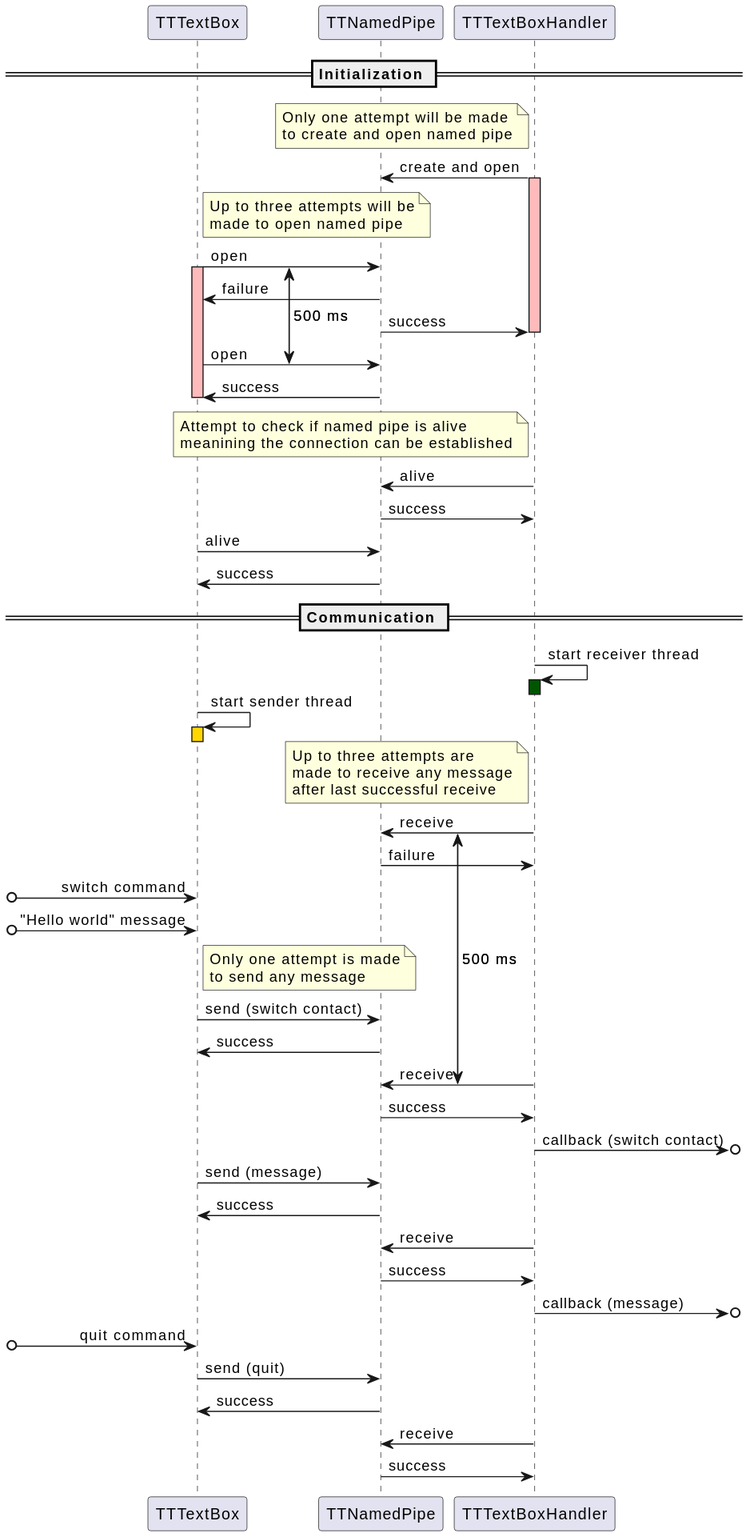
Before: textbox/doc/TTTextBoxCommunication.svg, a diagram exported from PlantUML (devmichalek/TerminalTeams). The source it was exported from:
```plantuml
@startuml
!pragma teoz true

participant "TTTextBox" as TTTextBox
participant "TTNamedPipe" as TTNamedPipe
participant "TTTextBoxHandler" as TTTextBoxHandler

== Initialization ==
note left of TTTextBoxHandler
Only one attempt will be made
to create and open named pipe
end note
TTTextBoxHandler -> TTNamedPipe : create and open
activate TTTextBoxHandler #FFBBBB
note right of TTTextBox
Up to three attempts will be
made to open named pipe
end note
{first_open} TTTextBox -> TTNamedPipe : open
activate TTTextBox #FFBBBB
TTNamedPipe -> TTTextBox : failure
TTNamedPipe -> TTTextBoxHandler : success
deactivate TTTextBoxHandler
{second_open} TTTextBox -> TTNamedPipe : open
{first_open} <-> {second_open} : 500 ms
TTNamedPipe -> TTTextBox : success
deactivate TTTextBox
note left of TTTextBoxHandler
Attempt to check if named pipe is alive
meanining the connection can be established
end note
TTTextBoxHandler -> TTNamedPipe : alive
TTNamedPipe -> TTTextBoxHandler : success
TTTextBox -> TTNamedPipe : alive
TTNamedPipe -> TTTextBox : success

== Communication ==
TTTextBoxHandler -> TTTextBoxHandler : start receiver thread
activate TTTextBoxHandler #005500
deactivate TTTextBoxHandler
TTTextBox -> TTTextBox : start sender thread
activate TTTextBox #gold
deactivate TTTextBox
note left of TTTextBoxHandler
Up to three attempts are
made to receive any message
after last successful receive
end note
{first_receive} TTTextBoxHandler -> TTNamedPipe : receive
TTNamedPipe -> TTTextBoxHandler : failure
[o-> TTTextBox : switch command
[o-> TTTextBox : "Hello world" message
note right of TTTextBox
Only one attempt is made
to send any message
end note
TTTextBox -> TTNamedPipe : send (switch contact)
TTNamedPipe -> TTTextBox : success
{second_receive} TTTextBoxHandler -> TTNamedPipe : receive
{first_receive} <-> {second_receive} : 500 ms
TTNamedPipe -> TTTextBoxHandler : success
TTTextBoxHandler ->o] : callback (switch contact)
TTTextBox -> TTNamedPipe : send (message)
TTNamedPipe -> TTTextBox : success
TTTextBoxHandler -> TTNamedPipe : receive
TTNamedPipe -> TTTextBoxHandler : success
TTTextBoxHandler ->o] : callback (message)
[o-> TTTextBox : quit command
TTTextBox -> TTNamedPipe : send (quit)
TTNamedPipe -> TTTextBox : success
TTTextBoxHandler -> TTNamedPipe : receive
TTNamedPipe -> TTTextBoxHandler : success
@enduml
```
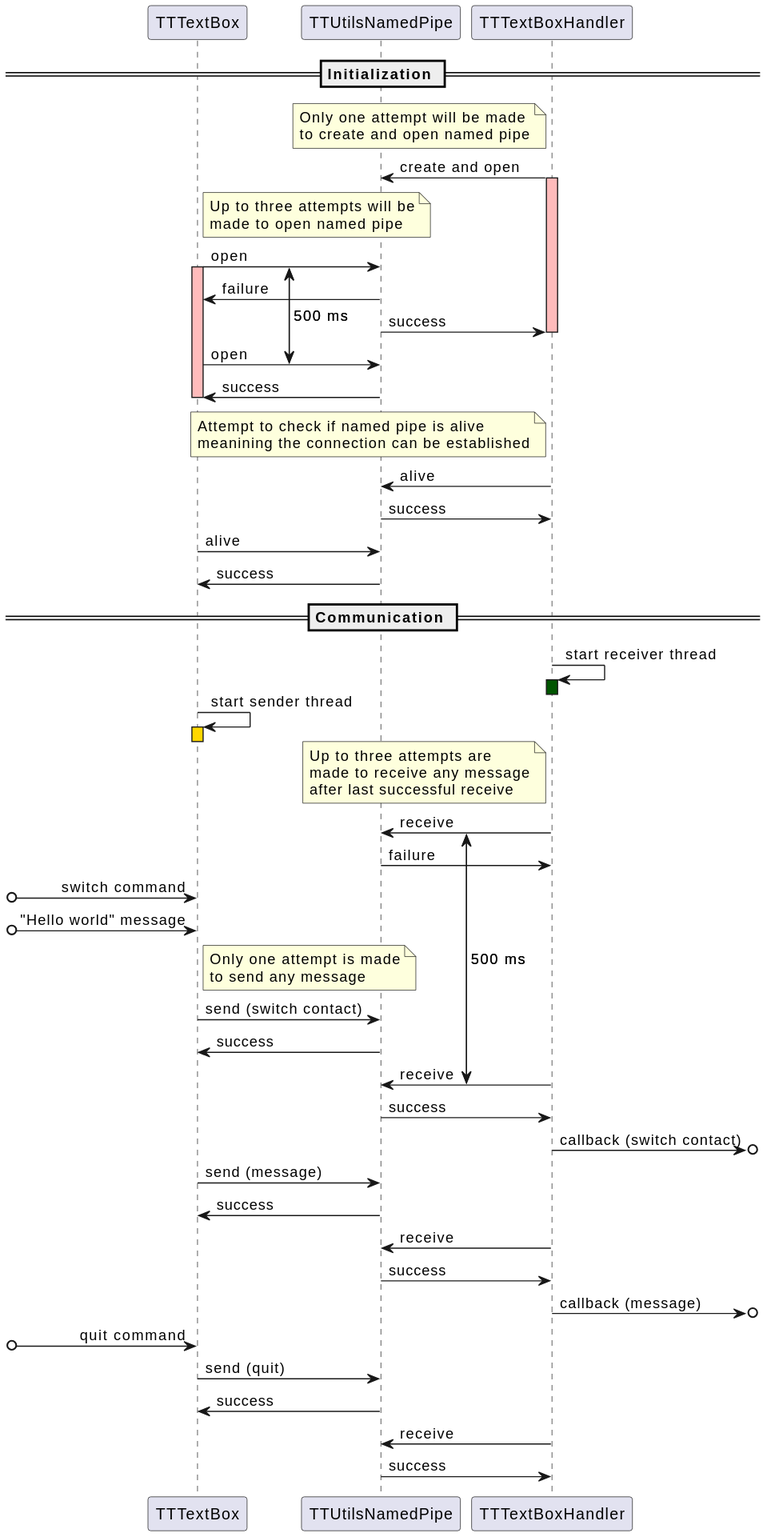
The same file after the commit.

Change to the diagram source:
```diff
@@ -2,7 +2,7 @@
 !pragma teoz true
 
 participant "TTTextBox" as TTTextBox
-participant "TTNamedPipe" as TTNamedPipe
+participant "TTUtilsNamedPipe" as TTUtilsNamedPipe
 participant "TTTextBoxHandler" as TTTextBoxHandler
 
 == Initialization ==
@@ -10,29 +10,29 @@
 Only one attempt will be made
 to create and open named pipe
 end note
-TTTextBoxHandler -> TTNamedPipe : create and open
+TTTextBoxHandler -> TTUtilsNamedPipe : create and open
 activate TTTextBoxHandler #FFBBBB
 note right of TTTextBox
 Up to three attempts will be
 made to open named pipe
 end note
-{first_open} TTTextBox -> TTNamedPipe : open
+{first_open} TTTextBox -> TTUtilsNamedPipe : open
 activate TTTextBox #FFBBBB
-TTNamedPipe -> TTTextBox : failure
-TTNamedPipe -> TTTextBoxHandler : success
+TTUtilsNamedPipe -> TTTextBox : failure
+TTUtilsNamedPipe -> TTTextBoxHandler : success
 deactivate TTTextBoxHandler
-{second_open} TTTextBox -> TTNamedPipe : open
+{second_open} TTTextBox -> TTUtilsNamedPipe : open
 {first_open} <-> {second_open} : 500 ms
-TTNamedPipe -> TTTextBox : success
+TTUtilsNamedPipe -> TTTextBox : success
 deactivate TTTextBox
 note left of TTTextBoxHandler
 Attempt to check if named pipe is alive
 meanining the connection can be established
 end note
-TTTextBoxHandler -> TTNamedPipe : alive
-TTNamedPipe -> TTTextBoxHandler : success
-TTTextBox -> TTNamedPipe : alive
-TTNamedPipe -> TTTextBox : success
+TTTextBoxHandler -> TTUtilsNamedPipe : alive
+TTUtilsNamedPipe -> TTTextBoxHandler : success
+TTTextBox -> TTUtilsNamedPipe : alive
+TTUtilsNamedPipe -> TTTextBox : success
 
 == Communication ==
 TTTextBoxHandler -> TTTextBoxHandler : start receiver thread
@@ -46,28 +46,28 @@
 made to receive any message
 after last successful receive
 end note
-{first_receive} TTTextBoxHandler -> TTNamedPipe : receive
-TTNamedPipe -> TTTextBoxHandler : failure
+{first_receive} TTTextBoxHandler -> TTUtilsNamedPipe : receive
+TTUtilsNamedPipe -> TTTextBoxHandler : failure
 [o-> TTTextBox : switch command
 [o-> TTTextBox : "Hello world" message
 note right of TTTextBox
 Only one attempt is made
 to send any message
 end note
-TTTextBox -> TTNamedPipe : send (switch contact)
-TTNamedPipe -> TTTextBox : success
-{second_receive} TTTextBoxHandler -> TTNamedPipe : receive
+TTTextBox -> TTUtilsNamedPipe : send (switch contact)
+TTUtilsNamedPipe -> TTTextBox : success
+{second_receive} TTTextBoxHandler -> TTUtilsNamedPipe : receive
 {first_receive} <-> {second_receive} : 500 ms
-TTNamedPipe -> TTTextBoxHandler : success
+TTUtilsNamedPipe -> TTTextBoxHandler : success
 TTTextBoxHandler ->o] : callback (switch contact)
-TTTextBox -> TTNamedPipe : send (message)
-TTNamedPipe -> TTTextBox : success
-TTTextBoxHandler -> TTNamedPipe : receive
-TTNamedPipe -> TTTextBoxHandler : success
+TTTextBox -> TTUtilsNamedPipe : send (message)
+TTUtilsNamedPipe -> TTTextBox : success
+TTTextBoxHandler -> TTUtilsNamedPipe : receive
+TTUtilsNamedPipe -> TTTextBoxHandler : success
 TTTextBoxHandler ->o] : callback (message)
 [o-> TTTextBox : quit command
-TTTextBox -> TTNamedPipe : send (quit)
-TTNamedPipe -> TTTextBox : success
-TTTextBoxHandler -> TTNamedPipe : receive
-TTNamedPipe -> TTTextBoxHandler : success
+TTTextBox -> TTUtilsNamedPipe : send (quit)
+TTUtilsNamedPipe -> TTTextBox : success
+TTTextBoxHandler -> TTUtilsNamedPipe : receive
+TTUtilsNamedPipe -> TTTextBoxHandler : success
 @enduml
```
